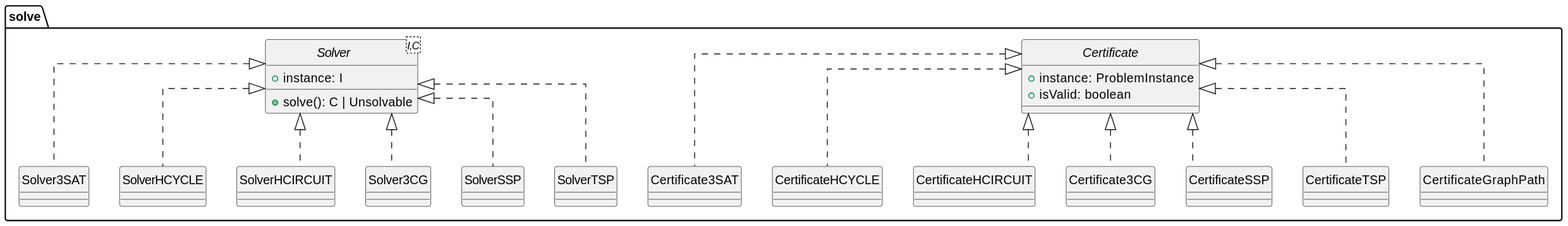
The PlantUML diagram paper/assets/plantuml/solve-class-diagram.svg in phatt-23/BP, before a commit. The source it was exported from:
```plantuml
@startuml
skinparam linetype ortho
hide circle

package solve {

    interface Solver<I,C> {
        +instance: I
        +solve(): C | Unsolvable
    }

    interface Certificate {
        +instance: ProblemInstance
        +isValid: boolean
    }

    class Certificate3SAT implements Certificate
    class CertificateHCYCLE implements Certificate
    class CertificateHCIRCUIT implements Certificate
    class Certificate3CG implements Certificate
    class CertificateSSP implements Certificate
    class CertificateTSP implements Certificate
    class CertificateGraphPath implements Certificate

    class Solver3SAT implements Solver
    class SolverHCYCLE implements Solver
    class SolverHCIRCUIT implements Solver
    class Solver3CG implements Solver
    class SolverSSP implements Solver
    class SolverTSP implements Solver

}
@enduml
```
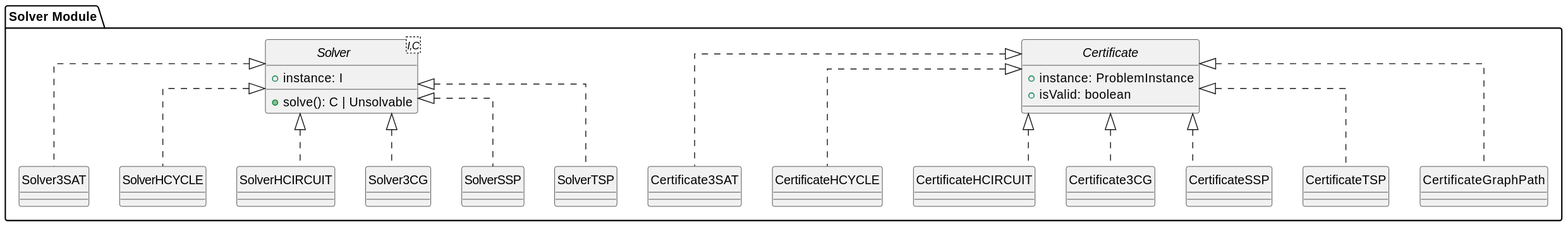
After the commit.

Diff of the diagram source:
```diff
@@ -2,7 +2,7 @@
 skinparam linetype ortho
 hide circle
 
-package solve {
+package "Solver Module" {
 
     interface Solver<I,C> {
         +instance: I
```
